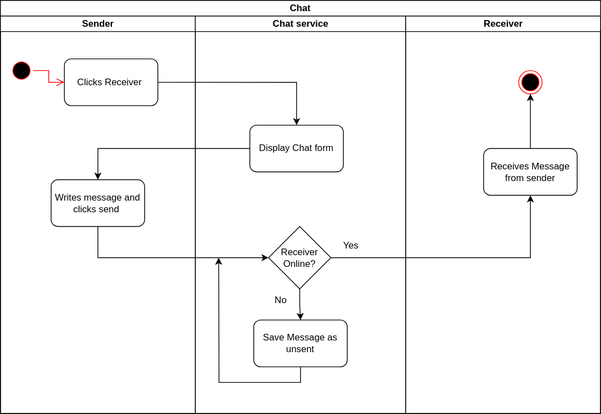
This is Deliverable1/ActivityDiagrams/Chat.drawio.svg from tshegofatso-motlhakane/Geeks-Chat, a draw.io export, as it was before one commit. Source tidied: cells renumbered, new cells last; positions are measured from the earlier drawing's top-left corner, leaving out a move shared by most shapes.
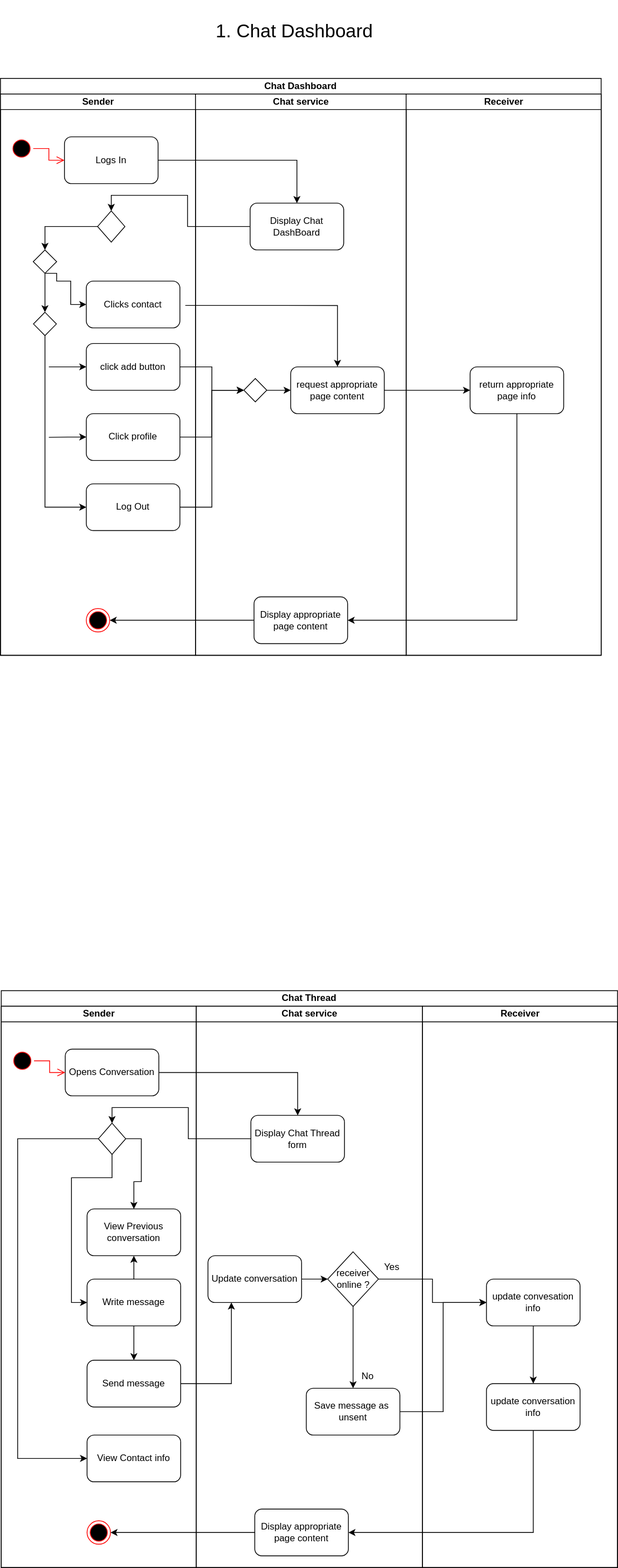
Later version of the same file.

What changed in the source:
```diff
@@ -2,16 +2,16 @@
   <root>
     <mxCell id="0" />
     <mxCell id="1" parent="0" />
-    <mxCell id="2" value="Chat" style="swimlane;html=1;startSize=20;whiteSpace=wrap;" parent="1" vertex="1">
-      <mxGeometry width="770" height="530" as="geometry" />
+    <mxCell id="2" value="Chat Dashboard" style="swimlane;html=1;startSize=20;whiteSpace=wrap;" parent="1" vertex="1">
+      <mxGeometry width="770" height="740" as="geometry" />
     </mxCell>
     <mxCell id="3" value="Sender" style="swimlane;html=1;startSize=20;" parent="2" vertex="1">
-      <mxGeometry y="20" width="250" height="510" as="geometry" />
+      <mxGeometry y="20" width="250" height="720" as="geometry" />
     </mxCell>
-    <mxCell id="4" value="Writes message and clicks send&amp;nbsp;" style="rounded=1;whiteSpace=wrap;html=1;" parent="3" vertex="1">
-      <mxGeometry x="65" y="210" width="120" height="60" as="geometry" />
+    <mxCell id="4" value="Clicks contact" style="rounded=1;whiteSpace=wrap;html=1;" parent="3" vertex="1">
+      <mxGeometry x="110" y="240" width="120" height="60" as="geometry" />
     </mxCell>
-    <mxCell id="5" value="Clicks Receiver&amp;nbsp;" style="rounded=1;whiteSpace=wrap;html=1;" parent="3" vertex="1">
+    <mxCell id="5" value="Logs In" style="rounded=1;whiteSpace=wrap;html=1;" parent="3" vertex="1">
       <mxGeometry x="82" y="55" width="120" height="60" as="geometry" />
     </mxCell>
     <mxCell id="6" style="ellipse;html=1;shape=startState;fillColor=#000000;strokeColor=#ff0000;" parent="3" vertex="1">
@@ -20,55 +20,235 @@
     <mxCell id="7" style="edgeStyle=orthogonalEdgeStyle;html=1;verticalAlign=bottom;endArrow=open;endSize=8;strokeColor=#ff0000;rounded=0;entryX=0;entryY=0.5;entryDx=0;entryDy=0;" parent="3" edge="1" source="6" target="5">
       <mxGeometry relative="1" as="geometry" />
     </mxCell>
+    <mxCell id="18" style="ellipse;html=1;shape=endState;fillColor=#000000;strokeColor=#ff0000;" parent="3" vertex="1">
+      <mxGeometry x="110" y="660" width="30" height="30" as="geometry" />
+    </mxCell>
+    <mxCell id="24" style="rhombus;whiteSpace=wrap;html=1;" parent="3" vertex="1">
+      <mxGeometry x="124.5" y="150" width="35" height="40" as="geometry" />
+    </mxCell>
+    <mxCell id="25" style="edgeStyle=orthogonalEdgeStyle;rounded=0;jettySize=auto;html=1;exitX=0;exitY=0.5;exitDx=0;exitDy=0;endArrow=none;endFill=0;startArrow=classic;startFill=1;" parent="3" edge="1" source="26">
+      <mxGeometry relative="1" as="geometry">
+        <mxPoint x="62" y="350" as="targetPoint" />
+      </mxGeometry>
+    </mxCell>
+    <mxCell id="26" value="click add button" style="rounded=1;whiteSpace=wrap;html=1;" parent="3" vertex="1">
+      <mxGeometry x="110" y="320" width="120" height="60" as="geometry" />
+    </mxCell>
+    <mxCell id="27" style="edgeStyle=orthogonalEdgeStyle;rounded=0;jettySize=auto;html=1;exitX=0;exitY=0.5;exitDx=0;exitDy=0;endArrow=none;endFill=0;startArrow=classic;startFill=1;" parent="3" edge="1" source="28">
+      <mxGeometry relative="1" as="geometry">
+        <mxPoint x="62" y="440.4" as="targetPoint" />
+      </mxGeometry>
+    </mxCell>
+    <mxCell id="28" value="Click profile" style="rounded=1;whiteSpace=wrap;html=1;" parent="3" vertex="1">
+      <mxGeometry x="110" y="410" width="120" height="60" as="geometry" />
+    </mxCell>
+    <mxCell id="29" value="Log Out" style="rounded=1;whiteSpace=wrap;html=1;" parent="3" vertex="1">
+      <mxGeometry x="110" y="500" width="120" height="60" as="geometry" />
+    </mxCell>
+    <mxCell id="30" style="edgeStyle=orthogonalEdgeStyle;rounded=0;jettySize=auto;html=1;exitX=0.5;exitY=1;exitDx=0;exitDy=0;entryX=0;entryY=0.5;entryDx=0;entryDy=0;" parent="3" edge="1" source="31" target="4">
+      <mxGeometry relative="1" as="geometry">
+        <Array as="points">
+          <mxPoint x="72" y="230" />
+          <mxPoint x="72" y="240" />
+          <mxPoint x="90" y="240" />
+          <mxPoint x="90" y="270" />
+        </Array>
+      </mxGeometry>
+    </mxCell>
+    <mxCell id="31" style="rhombus;whiteSpace=wrap;html=1;" parent="3" vertex="1">
+      <mxGeometry x="42" y="200" width="30" height="30" as="geometry" />
+    </mxCell>
+    <mxCell id="32" style="edgeStyle=orthogonalEdgeStyle;rounded=0;jettySize=auto;html=1;exitX=0;exitY=0.5;exitDx=0;exitDy=0;" parent="3" edge="1" source="24" target="31">
+      <mxGeometry relative="1" as="geometry" />
+    </mxCell>
+    <mxCell id="33" style="edgeStyle=orthogonalEdgeStyle;rounded=0;jettySize=auto;html=1;exitX=0.5;exitY=1;exitDx=0;exitDy=0;entryX=0;entryY=0.5;entryDx=0;entryDy=0;" parent="3" edge="1" source="34" target="29">
+      <mxGeometry relative="1" as="geometry">
+        <Array as="points">
+          <mxPoint x="57" y="530" />
+        </Array>
+      </mxGeometry>
+    </mxCell>
+    <mxCell id="34" style="rhombus;whiteSpace=wrap;html=1;" parent="3" vertex="1">
+      <mxGeometry x="42.3" y="280" width="29.4" height="30" as="geometry" />
+    </mxCell>
+    <mxCell id="35" style="edgeStyle=orthogonalEdgeStyle;rounded=0;jettySize=auto;html=1;exitX=0.5;exitY=1;exitDx=0;exitDy=0;" parent="3" edge="1" source="31" target="34">
+      <mxGeometry relative="1" as="geometry" />
+    </mxCell>
     <mxCell id="8" value="Chat service" style="swimlane;html=1;startSize=20;" parent="2" vertex="1">
-      <mxGeometry x="250" y="20" width="270" height="510" as="geometry" />
+      <mxGeometry x="250" y="20" width="270" height="720" as="geometry" />
     </mxCell>
-    <mxCell id="9" value="Display Chat form" style="rounded=1;whiteSpace=wrap;html=1;" parent="8" vertex="1">
+    <mxCell id="9" value="Display Chat DashBoard" style="rounded=1;whiteSpace=wrap;html=1;" parent="8" vertex="1">
       <mxGeometry x="70" y="140" width="120" height="60" as="geometry" />
     </mxCell>
-    <mxCell id="10" value="Receiver&lt;br&gt;Online?" style="rhombus;whiteSpace=wrap;html=1;" parent="8" vertex="1">
-      <mxGeometry x="94" y="270" width="80" height="80" as="geometry" />
-    </mxCell>
-    <mxCell id="11" value="Save Message as unsent" style="rounded=1;whiteSpace=wrap;html=1;" parent="8" vertex="1">
-      <mxGeometry x="75" y="390" width="120" height="60" as="geometry" />
-    </mxCell>
-    <mxCell id="12" style="edgeStyle=orthogonalEdgeStyle;rounded=0;jettySize=auto;html=1;exitX=0.5;exitY=1;exitDx=0;exitDy=0;" parent="8" edge="1" source="10" target="11">
-      <mxGeometry relative="1" as="geometry" />
-    </mxCell>
+    <mxCell id="36" value="request appropriate page content" style="rounded=1;whiteSpace=wrap;html=1;" parent="8" vertex="1">
+      <mxGeometry x="122" y="350" width="120" height="60" as="geometry" />
+    </mxCell>
+    <mxCell id="37" style="edgeStyle=orthogonalEdgeStyle;rounded=0;jettySize=auto;html=1;exitX=1;exitY=0.5;exitDx=0;exitDy=0;" parent="8" edge="1" source="38" target="36">
+      <mxGeometry relative="1" as="geometry" />
+    </mxCell>
+    <mxCell id="38" style="rhombus;whiteSpace=wrap;html=1;" parent="8" vertex="1">
+      <mxGeometry x="62" y="365" width="29.4" height="30" as="geometry" />
+    </mxCell>
+    <mxCell id="39" value="Display appropriate page content" style="rounded=1;whiteSpace=wrap;html=1;" parent="8" vertex="1">
+      <mxGeometry x="75" y="645" width="120" height="60" as="geometry" />
+    </mxCell>
+    <mxCell id="15" value="Receiver" style="swimlane;html=1;startSize=20;" parent="2" vertex="1">
+      <mxGeometry x="520" y="20" width="250" height="720" as="geometry" />
+    </mxCell>
+    <mxCell id="40" value="return appropriate page info" style="rounded=1;whiteSpace=wrap;html=1;" parent="15" vertex="1">
+      <mxGeometry x="82" y="350" width="120" height="60" as="geometry" />
+    </mxCell>
+    <mxCell id="19" style="edgeStyle=orthogonalEdgeStyle;rounded=0;jettySize=auto;html=1;exitX=0;exitY=0.5;exitDx=0;exitDy=0;entryX=0.5;entryY=0;entryDx=0;entryDy=0;" parent="2" edge="1" source="9" target="24">
+      <mxGeometry relative="1" as="geometry" />
+    </mxCell>
+    <mxCell id="23" style="edgeStyle=orthogonalEdgeStyle;rounded=0;jettySize=auto;html=1;exitX=1;exitY=0.5;exitDx=0;exitDy=0;entryX=0.5;entryY=0;entryDx=0;entryDy=0;" parent="2" edge="1" source="5" target="9">
+      <mxGeometry relative="1" as="geometry" />
+    </mxCell>
+    <mxCell id="20" style="edgeStyle=orthogonalEdgeStyle;rounded=0;jettySize=auto;html=1;exitX=1.058;exitY=0.521;exitDx=0;exitDy=0;exitPerimeter=0;" parent="2" edge="1" source="4" target="36">
+      <mxGeometry relative="1" as="geometry" />
+    </mxCell>
+    <mxCell id="41" style="edgeStyle=orthogonalEdgeStyle;rounded=0;jettySize=auto;html=1;exitX=1;exitY=0.5;exitDx=0;exitDy=0;" parent="2" edge="1" source="26" target="38">
+      <mxGeometry relative="1" as="geometry" />
+    </mxCell>
+    <mxCell id="42" style="edgeStyle=orthogonalEdgeStyle;rounded=0;jettySize=auto;html=1;exitX=1;exitY=0.5;exitDx=0;exitDy=0;entryX=0;entryY=0.5;entryDx=0;entryDy=0;" parent="2" edge="1" source="28" target="38">
+      <mxGeometry relative="1" as="geometry" />
+    </mxCell>
+    <mxCell id="43" style="edgeStyle=orthogonalEdgeStyle;rounded=0;jettySize=auto;html=1;exitX=1;exitY=0.5;exitDx=0;exitDy=0;entryX=0;entryY=0.5;entryDx=0;entryDy=0;" parent="2" edge="1" source="29" target="38">
+      <mxGeometry relative="1" as="geometry" />
+    </mxCell>
+    <mxCell id="44" style="edgeStyle=orthogonalEdgeStyle;rounded=0;jettySize=auto;html=1;exitX=0.5;exitY=1;exitDx=0;exitDy=0;entryX=1;entryY=0.5;entryDx=0;entryDy=0;" parent="2" edge="1" source="40" target="39">
+      <mxGeometry relative="1" as="geometry" />
+    </mxCell>
+    <mxCell id="45" style="edgeStyle=orthogonalEdgeStyle;rounded=0;jettySize=auto;html=1;exitX=1;exitY=0.5;exitDx=0;exitDy=0;" parent="2" edge="1" source="36" target="40">
+      <mxGeometry relative="1" as="geometry" />
+    </mxCell>
+    <mxCell id="46" style="edgeStyle=orthogonalEdgeStyle;rounded=0;jettySize=auto;html=1;exitX=0;exitY=0.5;exitDx=0;exitDy=0;entryX=1;entryY=0.5;entryDx=0;entryDy=0;" parent="2" edge="1" source="39" target="18">
+      <mxGeometry relative="1" as="geometry" />
+    </mxCell>
+    <mxCell id="47" value="&lt;span style=&quot;font-size: 24px;&quot;&gt;1. Chat Dashboard&lt;/span&gt;" style="text;html=1;strokeColor=none;fillColor=none;align=center;verticalAlign=middle;whiteSpace=wrap;rounded=0;" parent="1" vertex="1">
+      <mxGeometry x="82" y="-100" width="590" height="80" as="geometry" />
+    </mxCell>
+    <mxCell id="48" value="Chat Thread" style="swimlane;html=1;startSize=20;whiteSpace=wrap;" parent="1" vertex="1">
+      <mxGeometry x="1" y="1170" width="790" height="740" as="geometry" />
+    </mxCell>
+    <mxCell id="49" value="Sender" style="swimlane;html=1;startSize=20;" parent="48" vertex="1">
+      <mxGeometry y="20" width="250" height="720" as="geometry" />
+    </mxCell>
+    <mxCell id="50" value="Opens Conversation" style="rounded=1;whiteSpace=wrap;html=1;" parent="49" vertex="1">
+      <mxGeometry x="82" y="55" width="120" height="60" as="geometry" />
+    </mxCell>
+    <mxCell id="51" style="ellipse;html=1;shape=startState;fillColor=#000000;strokeColor=#ff0000;" parent="49" vertex="1">
+      <mxGeometry x="12" y="55" width="30" height="30" as="geometry" />
+    </mxCell>
+    <mxCell id="52" style="edgeStyle=orthogonalEdgeStyle;html=1;verticalAlign=bottom;endArrow=open;endSize=8;strokeColor=#ff0000;rounded=0;entryX=0;entryY=0.5;entryDx=0;entryDy=0;" parent="49" edge="1" source="51" target="50">
+      <mxGeometry relative="1" as="geometry" />
+    </mxCell>
+    <mxCell id="53" style="ellipse;html=1;shape=endState;fillColor=#000000;strokeColor=#ff0000;" parent="49" vertex="1">
+      <mxGeometry x="110" y="660" width="30" height="30" as="geometry" />
+    </mxCell>
+    <mxCell id="54" style="edgeStyle=orthogonalEdgeStyle;rounded=0;jettySize=auto;html=1;exitX=1;exitY=0.5;exitDx=0;exitDy=0;entryX=0.5;entryY=0;entryDx=0;entryDy=0;" parent="49" edge="1" source="57" target="58">
+      <mxGeometry relative="1" as="geometry" />
+    </mxCell>
+    <mxCell id="55" style="edgeStyle=orthogonalEdgeStyle;rounded=0;jettySize=auto;html=1;exitX=0.5;exitY=1;exitDx=0;exitDy=0;entryX=0;entryY=0.5;entryDx=0;entryDy=0;" parent="49" edge="1" source="57" target="61">
+      <mxGeometry relative="1" as="geometry">
+        <Array as="points">
+          <mxPoint x="142" y="220" />
+          <mxPoint x="90" y="220" />
+          <mxPoint x="90" y="380" />
+        </Array>
+      </mxGeometry>
+    </mxCell>
+    <mxCell id="56" style="edgeStyle=orthogonalEdgeStyle;rounded=0;jettySize=auto;html=1;exitX=0;exitY=0.5;exitDx=0;exitDy=0;entryX=0;entryY=0.5;entryDx=0;entryDy=0;" parent="49" edge="1" source="57" target="63">
+      <mxGeometry relative="1" as="geometry">
+        <Array as="points">
+          <mxPoint x="21" y="170" />
+          <mxPoint x="21" y="580" />
+        </Array>
+      </mxGeometry>
+    </mxCell>
+    <mxCell id="57" style="rhombus;whiteSpace=wrap;html=1;" parent="49" vertex="1">
+      <mxGeometry x="124.5" y="150" width="35" height="40" as="geometry" />
+    </mxCell>
+    <mxCell id="58" value="View Previous conversation" style="rounded=1;whiteSpace=wrap;html=1;" parent="49" vertex="1">
+      <mxGeometry x="110" y="260" width="120" height="60" as="geometry" />
+    </mxCell>
+    <mxCell id="59" style="edgeStyle=orthogonalEdgeStyle;rounded=0;jettySize=auto;html=1;exitX=0.5;exitY=1;exitDx=0;exitDy=0;entryX=0.5;entryY=0;entryDx=0;entryDy=0;" parent="49" edge="1" source="61" target="62">
+      <mxGeometry relative="1" as="geometry" />
+    </mxCell>
+    <mxCell id="60" style="edgeStyle=orthogonalEdgeStyle;rounded=0;jettySize=auto;html=1;" parent="49" edge="1" source="61" target="58">
+      <mxGeometry relative="1" as="geometry" />
+    </mxCell>
+    <mxCell id="61" value="Write message" style="rounded=1;whiteSpace=wrap;html=1;" parent="49" vertex="1">
+      <mxGeometry x="110" y="350" width="120" height="60" as="geometry" />
+    </mxCell>
+    <mxCell id="62" value="Send message" style="rounded=1;whiteSpace=wrap;html=1;" parent="49" vertex="1">
+      <mxGeometry x="110" y="454" width="120" height="60" as="geometry" />
+    </mxCell>
+    <mxCell id="63" value="View Contact info" style="rounded=1;whiteSpace=wrap;html=1;" parent="49" vertex="1">
+      <mxGeometry x="110" y="550" width="120" height="60" as="geometry" />
+    </mxCell>
+    <mxCell id="64" value="Chat service" style="swimlane;html=1;startSize=20;" parent="48" vertex="1">
+      <mxGeometry x="250" y="20" width="290" height="720" as="geometry" />
+    </mxCell>
+    <mxCell id="65" value="Display Chat Thread form" style="rounded=1;whiteSpace=wrap;html=1;" parent="64" vertex="1">
+      <mxGeometry x="70" y="140" width="120" height="60" as="geometry" />
+    </mxCell>
+    <mxCell id="66" style="edgeStyle=orthogonalEdgeStyle;rounded=0;jettySize=auto;html=1;exitX=1;exitY=0.5;exitDx=0;exitDy=0;entryX=0;entryY=0.5;entryDx=0;entryDy=0;" parent="64" edge="1" source="67" target="71">
+      <mxGeometry relative="1" as="geometry" />
+    </mxCell>
+    <mxCell id="67" value="Update conversation" style="rounded=1;whiteSpace=wrap;html=1;" parent="64" vertex="1">
+      <mxGeometry x="15" y="320" width="120" height="60" as="geometry" />
+    </mxCell>
+    <mxCell id="68" value="Display appropriate page content" style="rounded=1;whiteSpace=wrap;html=1;" parent="64" vertex="1">
+      <mxGeometry x="75" y="645" width="120" height="60" as="geometry" />
+    </mxCell>
+    <mxCell id="69" value="Save message as&amp;nbsp; unsent" style="rounded=1;whiteSpace=wrap;html=1;" parent="64" vertex="1">
+      <mxGeometry x="141" y="490" width="120" height="60" as="geometry" />
+    </mxCell>
+    <mxCell id="70" style="edgeStyle=orthogonalEdgeStyle;rounded=0;jettySize=auto;html=1;exitX=0.5;exitY=1;exitDx=0;exitDy=0;entryX=0.5;entryY=0;entryDx=0;entryDy=0;" parent="64" edge="1" source="71" target="69">
+      <mxGeometry relative="1" as="geometry" />
+    </mxCell>
+    <mxCell id="71" value="receiver&lt;br&gt;online ?" style="rhombus;whiteSpace=wrap;html=1;" parent="64" vertex="1">
+      <mxGeometry x="168.5" y="315" width="65" height="70" as="geometry" />
+    </mxCell>
-    <mxCell id="13" value="Yes" style="text;html=1;strokeColor=none;fillColor=none;align=center;verticalAlign=middle;whiteSpace=wrap;rounded=0;" parent="8" vertex="1">
-      <mxGeometry x="170" y="280" width="60" height="30" as="geometry" />
+    <mxCell id="13" value="Yes" style="text;html=1;strokeColor=none;fillColor=none;align=center;verticalAlign=middle;whiteSpace=wrap;rounded=0;" parent="64" vertex="1">
+      <mxGeometry x="221" y="320" width="60" height="30" as="geometry" />
     </mxCell>
-    <mxCell id="14" value="No" style="text;html=1;strokeColor=none;fillColor=none;align=center;verticalAlign=middle;whiteSpace=wrap;rounded=0;" parent="8" vertex="1">
-      <mxGeometry x="80" y="350" width="60" height="30" as="geometry" />
+    <mxCell id="14" value="No" style="text;html=1;strokeColor=none;fillColor=none;align=center;verticalAlign=middle;whiteSpace=wrap;rounded=0;" parent="64" vertex="1">
+      <mxGeometry x="190" y="460" width="60" height="30" as="geometry" />
     </mxCell>
-    <mxCell id="15" value="Receiver" style="swimlane;html=1;startSize=20;" parent="2" vertex="1">
-      <mxGeometry x="520" y="20" width="250" height="510" as="geometry" />
-    </mxCell>
-    <mxCell id="16" style="edgeStyle=orthogonalEdgeStyle;rounded=0;jettySize=auto;html=1;exitX=0.5;exitY=0;exitDx=0;exitDy=0;entryX=0.5;entryY=1;entryDx=0;entryDy=0;" parent="15" edge="1" source="17" target="18">
-      <mxGeometry relative="1" as="geometry" />
-    </mxCell>
-    <mxCell id="17" value="Receives Message from sender" style="rounded=1;whiteSpace=wrap;html=1;" parent="15" vertex="1">
-      <mxGeometry x="100" y="170" width="120" height="60" as="geometry" />
-    </mxCell>
-    <mxCell id="18" style="ellipse;html=1;shape=endState;fillColor=#000000;strokeColor=#ff0000;" parent="15" vertex="1">
-      <mxGeometry x="145" y="70" width="30" height="30" as="geometry" />
-    </mxCell>
-    <mxCell id="19" style="edgeStyle=orthogonalEdgeStyle;rounded=0;jettySize=auto;html=1;exitX=0;exitY=0.5;exitDx=0;exitDy=0;entryX=0.5;entryY=0;entryDx=0;entryDy=0;" parent="2" edge="1" source="9" target="4">
-      <mxGeometry relative="1" as="geometry" />
-    </mxCell>
-    <mxCell id="20" style="edgeStyle=orthogonalEdgeStyle;rounded=0;jettySize=auto;html=1;exitX=0.5;exitY=1;exitDx=0;exitDy=0;" parent="2" edge="1" source="4" target="10">
-      <mxGeometry relative="1" as="geometry" />
-    </mxCell>
-    <mxCell id="21" style="edgeStyle=orthogonalEdgeStyle;rounded=0;jettySize=auto;html=1;exitX=1;exitY=0.5;exitDx=0;exitDy=0;" parent="2" edge="1" source="10" target="17">
-      <mxGeometry relative="1" as="geometry" />
-    </mxCell>
-    <mxCell id="22" style="edgeStyle=orthogonalEdgeStyle;rounded=0;jettySize=auto;html=1;exitX=0.5;exitY=1;exitDx=0;exitDy=0;" parent="2" edge="1" source="11">
-      <mxGeometry relative="1" as="geometry">
-        <mxPoint x="280" y="330" as="targetPoint" />
-      </mxGeometry>
-    </mxCell>
-    <mxCell id="23" style="edgeStyle=orthogonalEdgeStyle;rounded=0;jettySize=auto;html=1;exitX=1;exitY=0.5;exitDx=0;exitDy=0;entryX=0.5;entryY=0;entryDx=0;entryDy=0;" parent="2" edge="1" source="5" target="9">
-      <mxGeometry relative="1" as="geometry" />
-    </mxCell>
+    <mxCell id="72" value="Receiver" style="swimlane;html=1;startSize=20;" parent="48" vertex="1">
+      <mxGeometry x="540" y="20" width="250" height="720" as="geometry" />
+    </mxCell>
+    <mxCell id="73" style="edgeStyle=orthogonalEdgeStyle;rounded=0;jettySize=auto;html=1;exitX=0.5;exitY=1;exitDx=0;exitDy=0;entryX=0.5;entryY=0;entryDx=0;entryDy=0;" parent="72" edge="1" source="74" target="75">
+      <mxGeometry relative="1" as="geometry" />
+    </mxCell>
+    <mxCell id="74" value="update convesation info" style="rounded=1;whiteSpace=wrap;html=1;" parent="72" vertex="1">
+      <mxGeometry x="82" y="350" width="120" height="60" as="geometry" />
+    </mxCell>
+    <mxCell id="75" value="update conversation info" style="rounded=1;whiteSpace=wrap;html=1;" parent="72" vertex="1">
+      <mxGeometry x="82" y="484" width="120" height="60" as="geometry" />
+    </mxCell>
+    <mxCell id="76" style="edgeStyle=orthogonalEdgeStyle;rounded=0;jettySize=auto;html=1;exitX=0;exitY=0.5;exitDx=0;exitDy=0;entryX=0.5;entryY=0;entryDx=0;entryDy=0;" parent="48" edge="1" source="65" target="57">
+      <mxGeometry relative="1" as="geometry" />
+    </mxCell>
+    <mxCell id="77" style="edgeStyle=orthogonalEdgeStyle;rounded=0;jettySize=auto;html=1;exitX=1;exitY=0.5;exitDx=0;exitDy=0;entryX=0.5;entryY=0;entryDx=0;entryDy=0;" parent="48" edge="1" source="50" target="65">
+      <mxGeometry relative="1" as="geometry" />
+    </mxCell>
+    <mxCell id="78" style="edgeStyle=orthogonalEdgeStyle;rounded=0;jettySize=auto;html=1;exitX=0;exitY=0.5;exitDx=0;exitDy=0;entryX=1;entryY=0.5;entryDx=0;entryDy=0;" parent="48" edge="1" source="68" target="53">
+      <mxGeometry relative="1" as="geometry" />
+    </mxCell>
+    <mxCell id="79" style="edgeStyle=orthogonalEdgeStyle;rounded=0;jettySize=auto;html=1;exitX=1;exitY=0.5;exitDx=0;exitDy=0;entryX=0.25;entryY=1;entryDx=0;entryDy=0;" parent="48" edge="1" source="62" target="67">
+      <mxGeometry relative="1" as="geometry" />
+    </mxCell>
+    <mxCell id="80" style="edgeStyle=orthogonalEdgeStyle;rounded=0;jettySize=auto;html=1;exitX=0.5;exitY=1;exitDx=0;exitDy=0;entryX=1;entryY=0.5;entryDx=0;entryDy=0;" parent="48" edge="1" source="75" target="68">
+      <mxGeometry relative="1" as="geometry" />
+    </mxCell>
+    <mxCell id="81" style="edgeStyle=orthogonalEdgeStyle;rounded=0;jettySize=auto;html=1;exitX=1;exitY=0.5;exitDx=0;exitDy=0;" parent="48" edge="1" source="71" target="74">
+      <mxGeometry relative="1" as="geometry" />
+    </mxCell>
+    <mxCell id="82" style="edgeStyle=orthogonalEdgeStyle;rounded=0;jettySize=auto;html=1;exitX=1;exitY=0.5;exitDx=0;exitDy=0;entryX=0;entryY=0.5;entryDx=0;entryDy=0;" parent="48" edge="1" source="69" target="74">
+      <mxGeometry relative="1" as="geometry" />
+    </mxCell>
   </root>
 </mxGraphModel>
```
